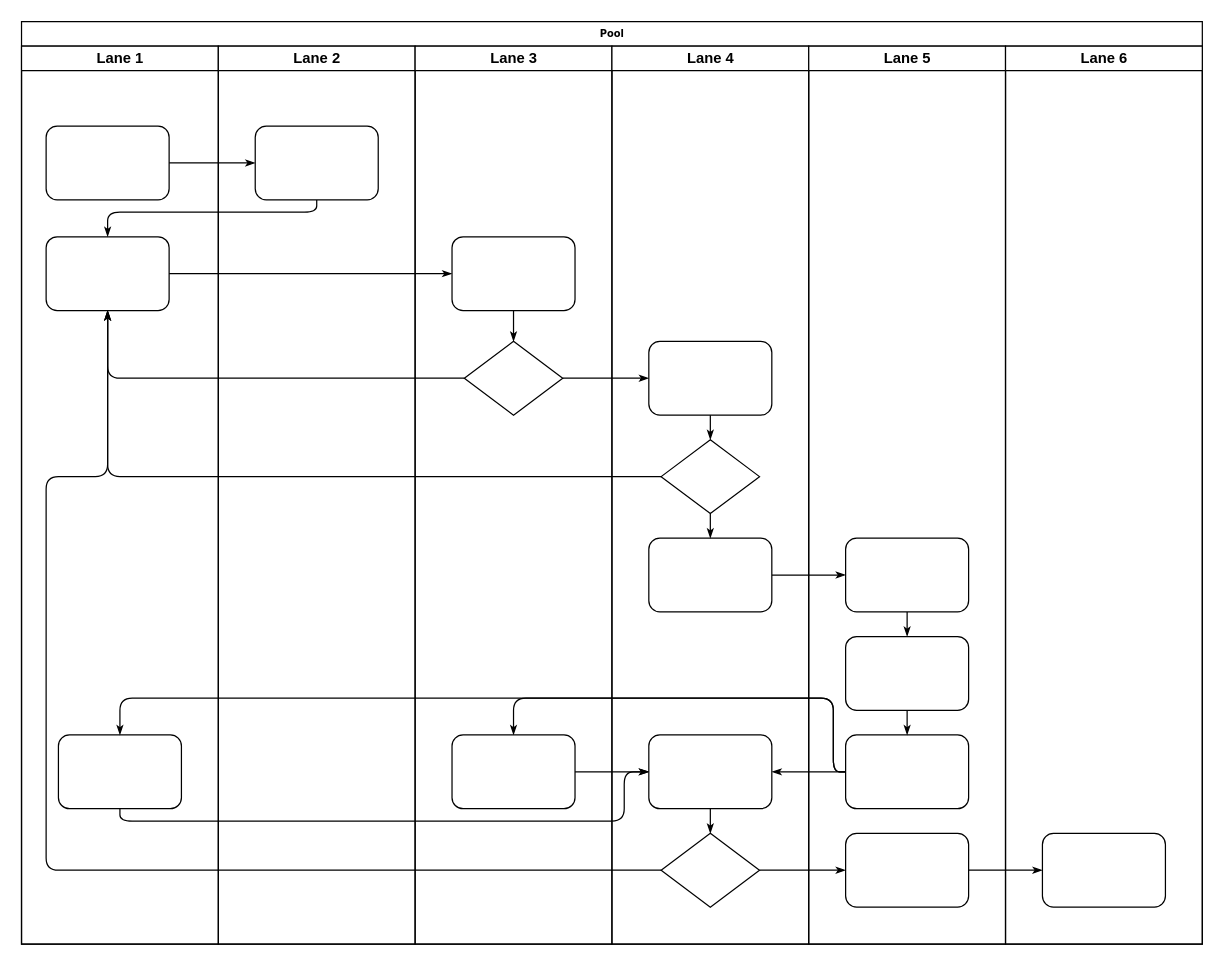
Above: Classyfi.drawio in Marvie-03/Sandbox_TechVerse (draw.io), before the change. Source tidied: cells renumbered, new cells numbered last; positions are measured from the earlier drawing's top-left corner, leaving out a move shared by most shapes. Both pictures are drawn from the tidied source at 123%, with x=0, y=0 at pixel (21, 21).
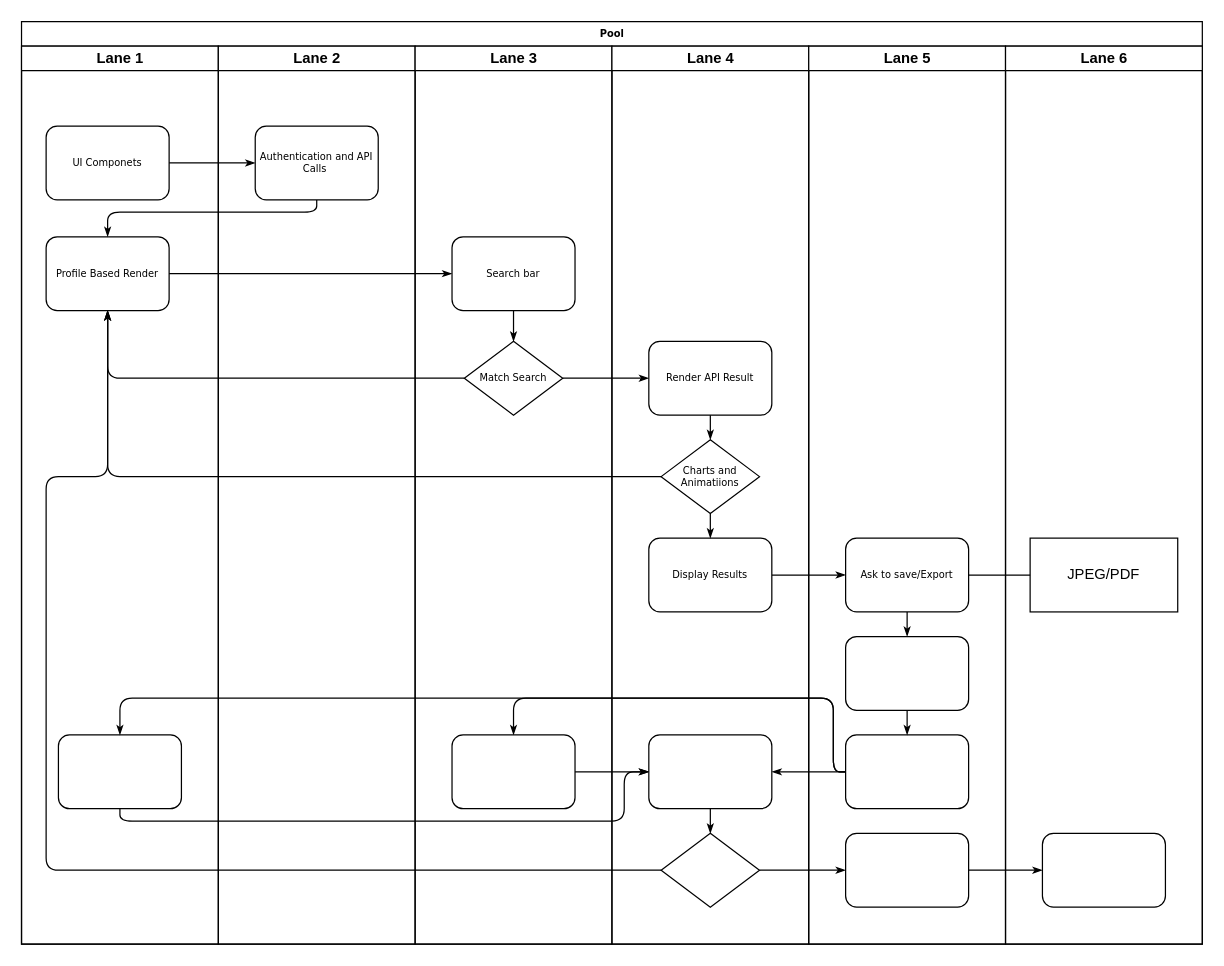
The same diagram, later.

The change refers to these unchanged cells:
```xml
<mxCell id="3" value="Lane 1" style="swimlane;html=1;startSize=20;" parent="2" vertex="1">
  <mxGeometry y="20" width="160" height="730" as="geometry" />
</mxCell>
<mxCell id="22" value="Lane 2" style="swimlane;html=1;startSize=20;" parent="2" vertex="1">
  <mxGeometry x="160" y="20" width="160" height="730" as="geometry" />
</mxCell>
<mxCell id="24" value="Lane 3" style="swimlane;html=1;startSize=20;" parent="2" vertex="1">
  <mxGeometry x="320" y="20" width="160" height="730" as="geometry" />
</mxCell>
<mxCell id="29" value="Lane 4" style="swimlane;html=1;startSize=20;" parent="2" vertex="1">
  <mxGeometry x="480" y="20" width="160" height="730" as="geometry" />
</mxCell>
<mxCell id="38" value="Lane 5" style="swimlane;html=1;startSize=20;" parent="2" vertex="1">
  <mxGeometry x="640" y="20" width="160" height="730" as="geometry" />
</mxCell>
<mxCell id="45" value="Lane 6" style="swimlane;html=1;startSize=20;" parent="2" vertex="1">
  <mxGeometry x="800" y="20" width="160" height="730" as="geometry" />
</mxCell>
```

Diff of the diagram source:
```diff
@@
-    <mxCell id="4" style="rounded=1;whiteSpace=wrap;html=1;shadow=0;labelBackgroundColor=none;strokeWidth=1;fontFamily=Verdana;fontSize=8;align=center;" parent="3" vertex="1">
+    <mxCell id="4" value="UI Componets" style="rounded=1;whiteSpace=wrap;html=1;shadow=0;labelBackgroundColor=none;strokeWidth=1;fontFamily=Verdana;fontSize=8;align=center;" parent="3" vertex="1">
       <mxGeometry x="20" y="65" width="100" height="60" as="geometry" />
     </mxCell>
-    <mxCell id="5" style="rounded=1;whiteSpace=wrap;html=1;shadow=0;labelBackgroundColor=none;strokeWidth=1;fontFamily=Verdana;fontSize=8;align=center;" parent="3" vertex="1">
+    <mxCell id="5" value="Profile Based Render" style="rounded=1;whiteSpace=wrap;html=1;shadow=0;labelBackgroundColor=none;strokeWidth=1;fontFamily=Verdana;fontSize=8;align=center;" parent="3" vertex="1">
       <mxGeometry x="20" y="155" width="100" height="60" as="geometry" />
     </mxCell>
@@
-    <mxCell id="23" style="rounded=1;whiteSpace=wrap;html=1;shadow=0;labelBackgroundColor=none;strokeWidth=1;fontFamily=Verdana;fontSize=8;align=center;" parent="22" vertex="1">
+    <mxCell id="23" value="Authentication and API Calls&amp;nbsp;" style="rounded=1;whiteSpace=wrap;html=1;shadow=0;labelBackgroundColor=none;strokeWidth=1;fontFamily=Verdana;fontSize=8;align=center;" parent="22" vertex="1">
       <mxGeometry x="30" y="65" width="100" height="60" as="geometry" />
     </mxCell>
@@
-    <mxCell id="25" style="rounded=1;whiteSpace=wrap;html=1;shadow=0;labelBackgroundColor=none;strokeWidth=1;fontFamily=Verdana;fontSize=8;align=center;" parent="24" vertex="1">
+    <mxCell id="25" value="Search bar" style="rounded=1;whiteSpace=wrap;html=1;shadow=0;labelBackgroundColor=none;strokeWidth=1;fontFamily=Verdana;fontSize=8;align=center;" parent="24" vertex="1">
       <mxGeometry x="30" y="155" width="100" height="60" as="geometry" />
     </mxCell>
-    <mxCell id="26" style="rhombus;whiteSpace=wrap;html=1;rounded=0;shadow=0;labelBackgroundColor=none;strokeWidth=1;fontFamily=Verdana;fontSize=8;align=center;" parent="24" vertex="1">
+    <mxCell id="26" value="Match Search" style="rhombus;whiteSpace=wrap;html=1;rounded=0;shadow=0;labelBackgroundColor=none;strokeWidth=1;fontFamily=Verdana;fontSize=8;align=center;" parent="24" vertex="1">
       <mxGeometry x="40" y="240" width="80" height="60" as="geometry" />
     </mxCell>
@@
-    <mxCell id="30" style="rounded=1;whiteSpace=wrap;html=1;shadow=0;labelBackgroundColor=none;strokeWidth=1;fontFamily=Verdana;fontSize=8;align=center;" parent="29" vertex="1">
+    <mxCell id="30" value="Render API Result" style="rounded=1;whiteSpace=wrap;html=1;shadow=0;labelBackgroundColor=none;strokeWidth=1;fontFamily=Verdana;fontSize=8;align=center;" parent="29" vertex="1">
       <mxGeometry x="30" y="240" width="100" height="60" as="geometry" />
     </mxCell>
-    <mxCell id="31" style="rhombus;whiteSpace=wrap;html=1;rounded=0;shadow=0;labelBackgroundColor=none;strokeWidth=1;fontFamily=Verdana;fontSize=8;align=center;" parent="29" vertex="1">
+    <mxCell id="31" value="Charts and Animatiions" style="rhombus;whiteSpace=wrap;html=1;rounded=0;shadow=0;labelBackgroundColor=none;strokeWidth=1;fontFamily=Verdana;fontSize=8;align=center;" parent="29" vertex="1">
       <mxGeometry x="40" y="320" width="80" height="60" as="geometry" />
     </mxCell>
-    <mxCell id="32" style="rounded=1;whiteSpace=wrap;html=1;shadow=0;labelBackgroundColor=none;strokeWidth=1;fontFamily=Verdana;fontSize=8;align=center;" parent="29" vertex="1">
+    <mxCell id="32" value="Display Results" style="rounded=1;whiteSpace=wrap;html=1;shadow=0;labelBackgroundColor=none;strokeWidth=1;fontFamily=Verdana;fontSize=8;align=center;" parent="29" vertex="1">
       <mxGeometry x="30" y="400" width="100" height="60" as="geometry" />
     </mxCell>
@@
-    <mxCell id="39" style="rounded=1;whiteSpace=wrap;html=1;shadow=0;labelBackgroundColor=none;strokeWidth=1;fontFamily=Verdana;fontSize=8;align=center;" parent="38" vertex="1">
+    <mxCell id="39" value="Ask to save/Export" style="rounded=1;whiteSpace=wrap;html=1;shadow=0;labelBackgroundColor=none;strokeWidth=1;fontFamily=Verdana;fontSize=8;align=center;" parent="38" vertex="1">
       <mxGeometry x="30" y="400" width="100" height="60" as="geometry" />
     </mxCell>
@@
+    <mxCell id="47" style="endArrow=classic;html=1;rounded=0;" parent="38" edge="1" source="39">
+      <mxGeometry relative="1" as="geometry">
+        <mxPoint x="200.7" y="430" as="targetPoint" />
+      </mxGeometry>
+    </mxCell>
@@
+    <mxCell id="48" value="JPEG/PDF" style="rounded=0;whiteSpace=wrap;html=1;" parent="45" vertex="1">
+      <mxGeometry x="20" y="400" width="120" height="60" as="geometry" />
+    </mxCell>
```
